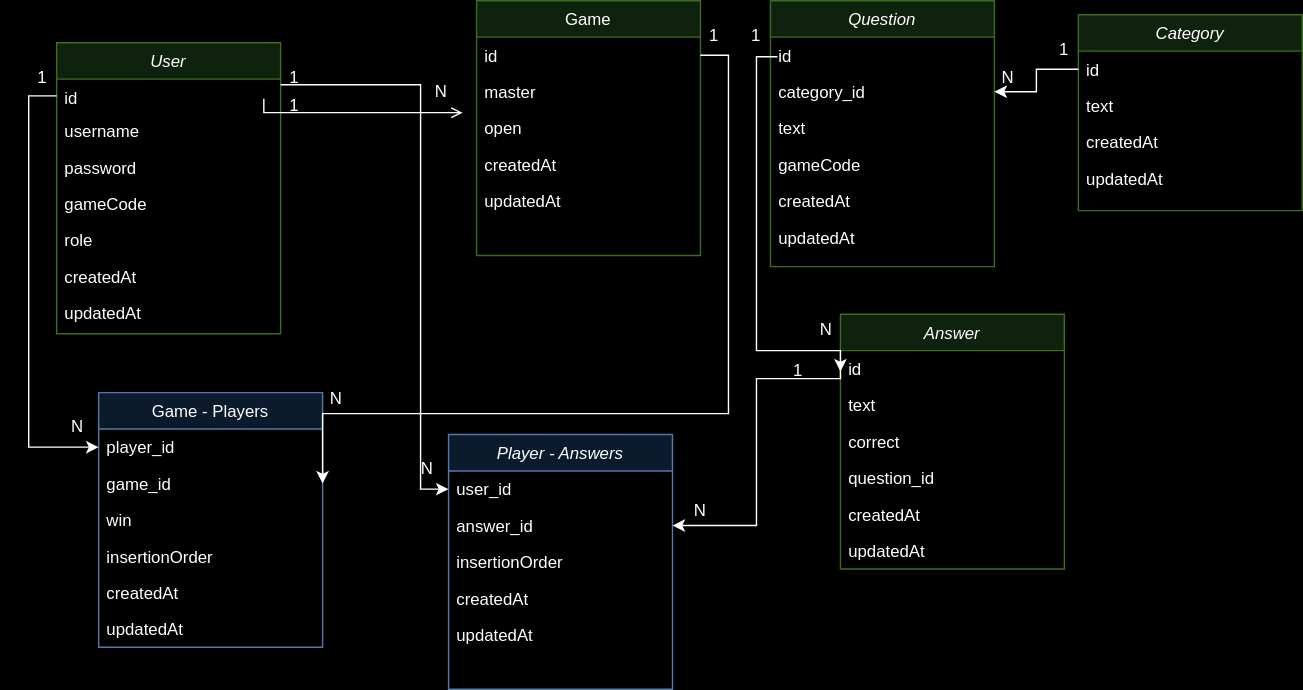
peaceAndCode/QuizzApp keeps this draw.io diagram as quizapp.drawio.svg. Above is the earlier version. Source tidied: cells renumbered, new cells last; positions are measured from the earlier drawing's top-left corner, leaving out a move shared by most shapes.
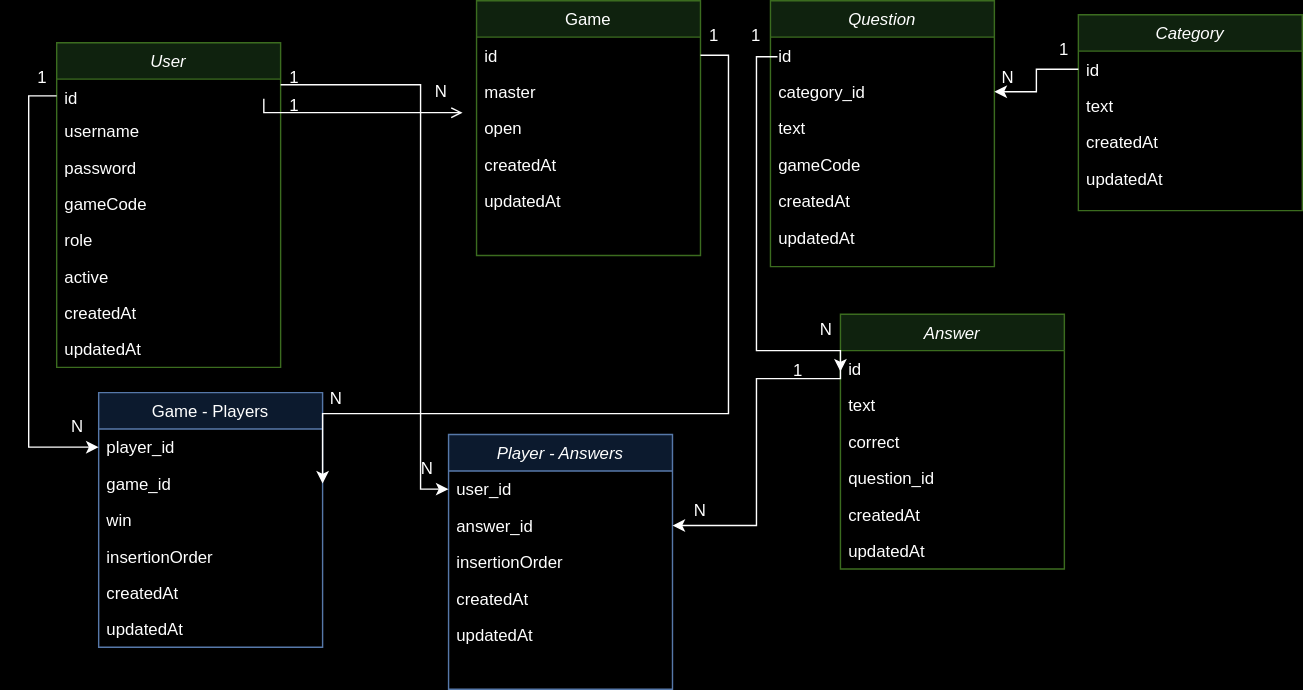
Later version of the same file.

The edit, as a diff of the source:
```diff
@@ -3,7 +3,7 @@
     <mxCell id="0" />
     <mxCell id="1" parent="0" />
     <mxCell id="2" value="User" style="swimlane;fontStyle=2;align=center;verticalAlign=top;horizontal=1;startSize=26;rounded=0;shadow=0;strokeWidth=1;fillColor=#d5e8d4;strokeColor=#82b366;" parent="1" vertex="1">
-      <mxGeometry x="40" y="30" width="160" height="208" as="geometry" />
+      <mxGeometry x="40" y="30" width="160" height="232" as="geometry" />
     </mxCell>
     <mxCell id="3" value="id" style="text;align=left;verticalAlign=top;spacingLeft=4;spacingRight=4;overflow=hidden;points=[[0,0.5],[1,0.5]];portConstraint=eastwest;" parent="2" vertex="1">
       <mxGeometry y="26" width="160" height="24" as="geometry" />
@@ -20,11 +20,14 @@
     <mxCell id="7" value="role" style="text;align=left;verticalAlign=top;spacingLeft=4;spacingRight=4;overflow=hidden;rounded=0;shadow=0;html=0;" parent="2" vertex="1">
       <mxGeometry y="128" width="160" height="26" as="geometry" />
     </mxCell>
+    <mxCell id="69" value="active" style="text;align=left;verticalAlign=top;spacingLeft=4;spacingRight=4;overflow=hidden;rounded=0;shadow=0;html=0;" parent="2" vertex="1">
+      <mxGeometry y="154" width="160" height="26" as="geometry" />
+    </mxCell>
     <mxCell id="8" value="createdAt" style="text;align=left;verticalAlign=top;spacingLeft=4;spacingRight=4;overflow=hidden;rounded=0;shadow=0;html=0;" parent="2" vertex="1">
-      <mxGeometry y="154" width="160" height="26" as="geometry" />
+      <mxGeometry y="180" width="160" height="26" as="geometry" />
     </mxCell>
     <mxCell id="9" value="updatedAt" style="text;align=left;verticalAlign=top;spacingLeft=4;spacingRight=4;overflow=hidden;rounded=0;shadow=0;html=0;" parent="2" vertex="1">
-      <mxGeometry y="180" width="160" height="26" as="geometry" />
+      <mxGeometry y="206" width="160" height="26" as="geometry" />
     </mxCell>
     <mxCell id="10" value="Game" style="swimlane;fontStyle=0;align=center;verticalAlign=top;horizontal=1;startSize=26;rounded=0;shadow=0;strokeWidth=1;fillColor=#d5e8d4;strokeColor=#82b366;" parent="1" vertex="1">
       <mxGeometry x="340" width="160" height="182" as="geometry" />
```
